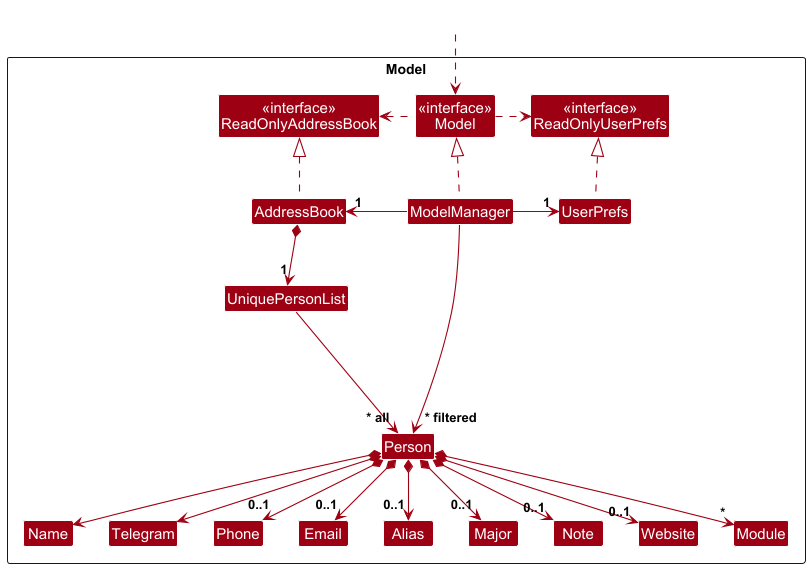
This is docs/images/ModelClassDiagram.png from yjunyeu/tp, a PlantUML export, as it was before one commit.
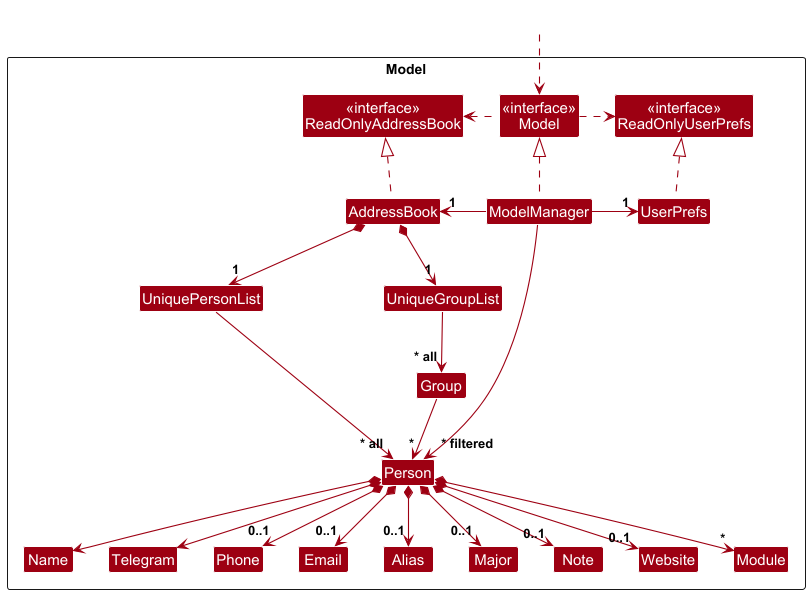
After the commit.

Commit message:
Update Model class diagram

What changed in the source:
```diff
@@ -13,6 +13,8 @@
 Class UserPrefs
 
 Class UniquePersonList
+Class UniqueGroupList
+Class Group
 Class Person
 Class Name
 Class Telegram
@@ -40,7 +42,10 @@
 UserPrefs .up.|> ReadOnlyUserPrefs
 
 AddressBook *--> "1" UniquePersonList
+AddressBook *--> "1" UniqueGroupList
 UniquePersonList --> "~* all" Person
+UniqueGroupList --> "~* all" Group
+Group --> "~*" Person
 Person *--> Name
 Person *--> Telegram
 Person *--> "0..1" Phone
```
